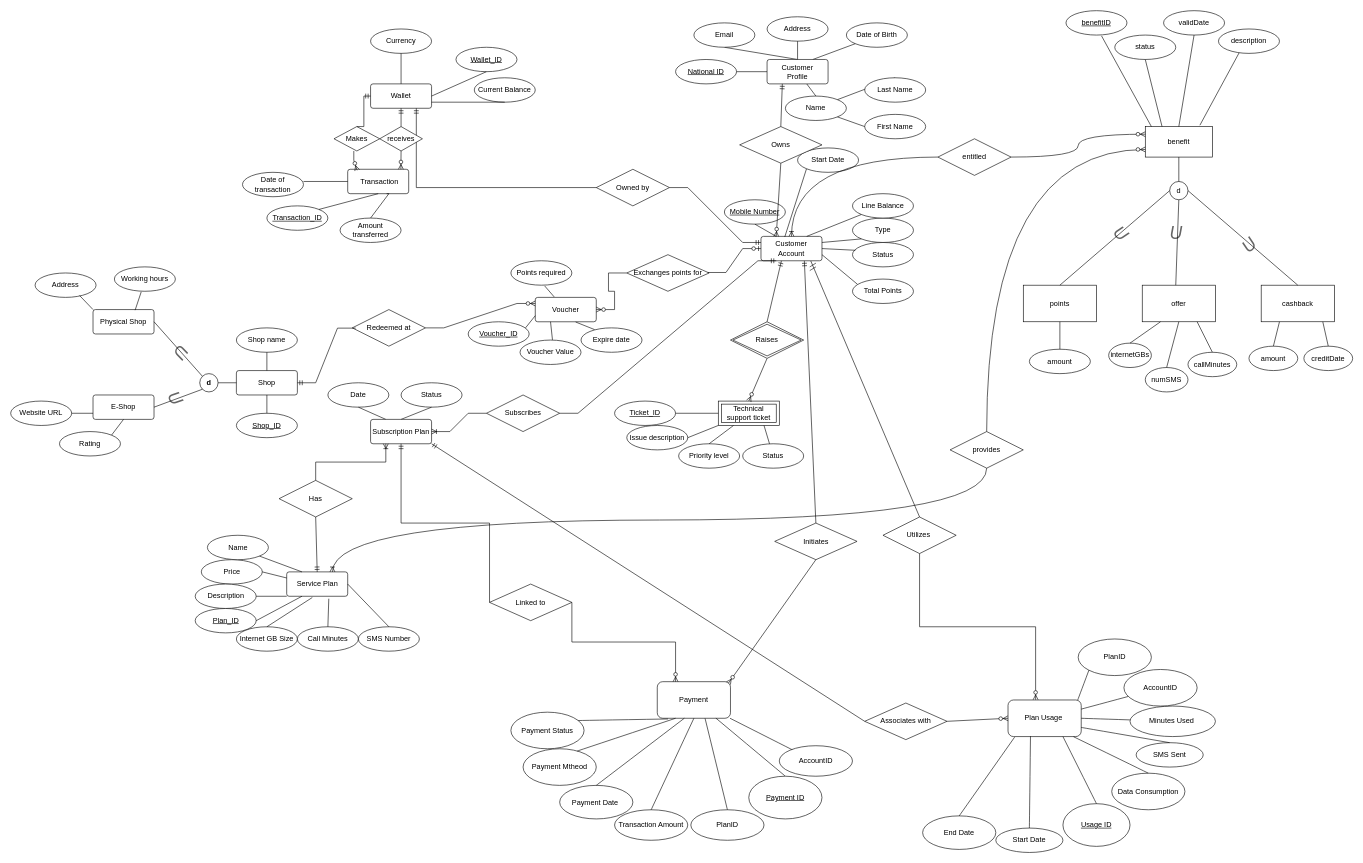
itsfadymate/Customer-Data-Management-System keeps this draw.io diagram as mainERD.drawio. Above is the earlier version. Source tidied: cells renumbered, new cells numbered last; positions are measured from the earlier drawing's top-left corner, leaving out a move shared by most shapes. Both pictures are drawn from the tidied source at 61%, with x=0, y=0 at pixel (10, 10).
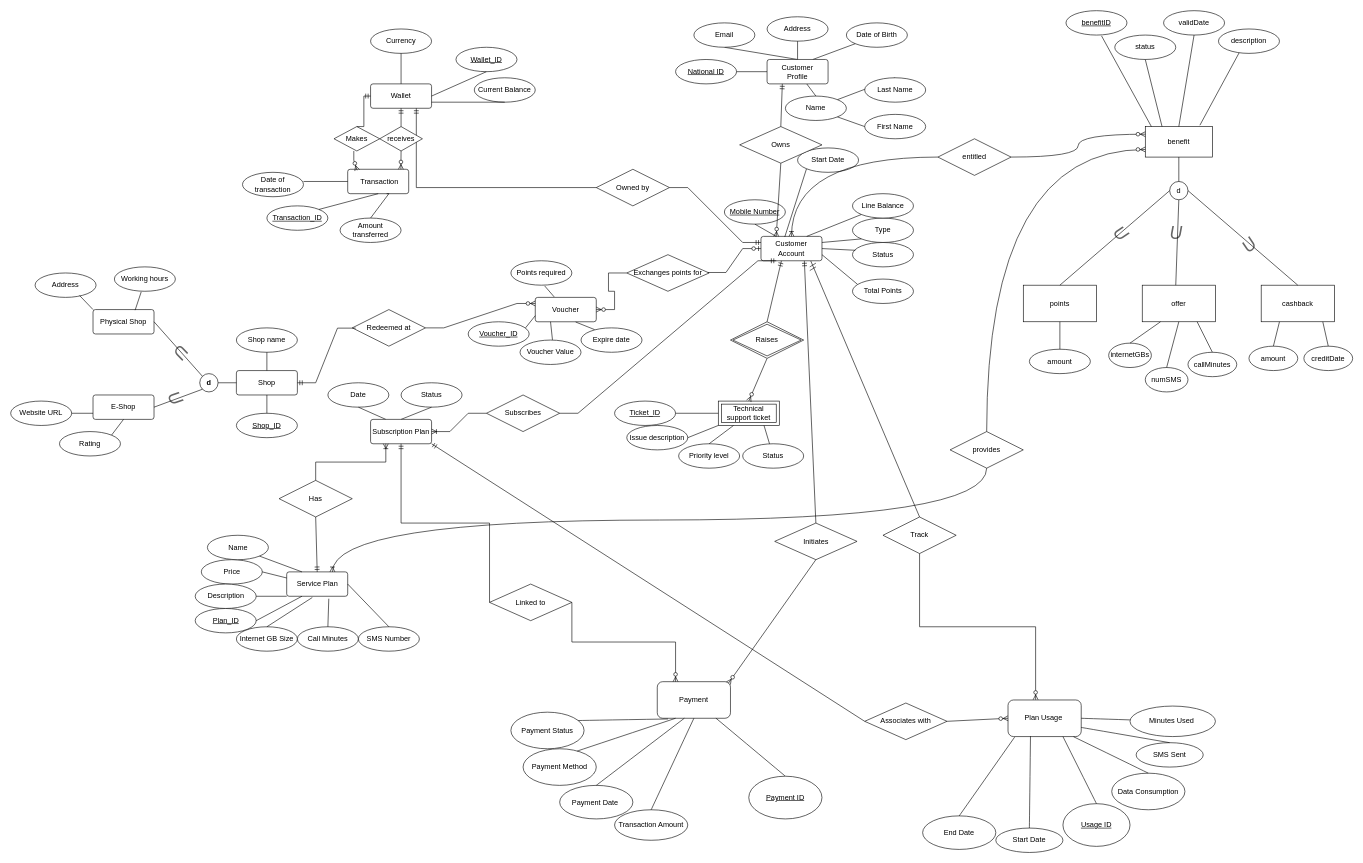
Above is the later version.

Unchanged cells that the change refers to:
```xml
<mxCell id="154" value="Plan Usage&amp;nbsp;" style="rounded=1;whiteSpace=wrap;html=1;" parent="1" vertex="1">
  <mxGeometry x="1635" y="1130" width="120" height="60" as="geometry" />
</mxCell>
<mxCell id="172" value="Payment" style="rounded=1;whiteSpace=wrap;html=1;" parent="1" vertex="1">
  <mxGeometry x="1060" y="1100" width="120" height="60" as="geometry" />
</mxCell>
```

What changed in the source:
```diff
@@
-    <mxCell id="170" value="Utilizes&amp;nbsp;" style="shape=rhombus;perimeter=rhombusPerimeter;whiteSpace=wrap;html=1;align=center;" parent="1" vertex="1">
+    <mxCell id="170" value="Track" style="shape=rhombus;perimeter=rhombusPerimeter;whiteSpace=wrap;html=1;align=center;" parent="1" vertex="1">
       <mxGeometry x="1430" y="830" width="120" height="60" as="geometry" />
     </mxCell>
@@
-    <mxCell id="175" style="endArrow=none;html=1;rounded=0;fontSize=12;startSize=8;endSize=8;curved=1;exitX=1;exitY=0.25;exitDx=0;exitDy=0;" parent="1" edge="1" source="154" target="176">
-      <mxGeometry relative="1" as="geometry" />
-    </mxCell>
-    <mxCell id="176" value="AccountID" style="ellipse;whiteSpace=wrap;html=1;" parent="1" vertex="1">
-      <mxGeometry x="1825" y="1080" width="120" height="60" as="geometry" />
-    </mxCell>
-    <mxCell id="177" value="PlanID" style="ellipse;whiteSpace=wrap;html=1;" parent="1" vertex="1">
-      <mxGeometry x="1750" y="1030" width="120" height="60" as="geometry" />
-    </mxCell>
-    <mxCell id="178" style="endArrow=none;html=1;rounded=0;fontSize=12;startSize=8;endSize=8;curved=1;entryX=0;entryY=1;entryDx=0;entryDy=0;exitX=0.951;exitY=0.008;exitDx=0;exitDy=0;exitPerimeter=0;" parent="1" edge="1" source="154" target="177">
-      <mxGeometry relative="1" as="geometry" />
-    </mxCell>
-    <mxCell id="179" style="endArrow=none;html=1;rounded=0;fontSize=12;startSize=8;endSize=8;curved=1;exitX=0.205;exitY=0.166;exitDx=0;exitDy=0;exitPerimeter=0;" parent="1" edge="1" source="180" target="172">
-      <mxGeometry relative="1" as="geometry" />
-    </mxCell>
-    <mxCell id="180" value="AccountID" style="ellipse;whiteSpace=wrap;html=1;" parent="1" vertex="1">
-      <mxGeometry x="1260" y="1205" width="120" height="50" as="geometry" />
-    </mxCell>
-    <mxCell id="181" value="PlanID" style="ellipse;whiteSpace=wrap;html=1;" parent="1" vertex="1">
-      <mxGeometry x="1115" y="1310" width="120" height="50" as="geometry" />
-    </mxCell>
-    <mxCell id="182" style="endArrow=none;html=1;rounded=0;fontSize=12;startSize=8;endSize=8;curved=1;entryX=0.653;entryY=1.004;entryDx=0;entryDy=0;entryPerimeter=0;exitX=0.5;exitY=0;exitDx=0;exitDy=0;" parent="1" edge="1" source="181" target="172">
-      <mxGeometry relative="1" as="geometry" />
-    </mxCell>
@@
-    <mxCell id="187" value="Payment Mtheod" style="ellipse;whiteSpace=wrap;html=1;" parent="1" vertex="1">
+    <mxCell id="187" value="Payment Method" style="ellipse;whiteSpace=wrap;html=1;" parent="1" vertex="1">
       <mxGeometry x="840" y="1210" width="120" height="60" as="geometry" />
     </mxCell>
```
